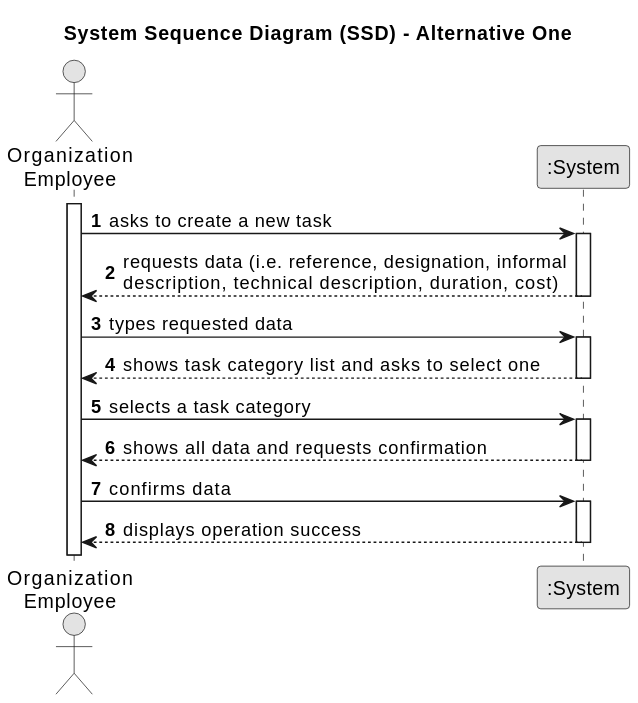
Earlier version of the PlantUML export docs/sprintA/us004/01.requirements-engineering/svg/us004-system-sequence-diagram.svg (Mendoncaa/LAPR2).
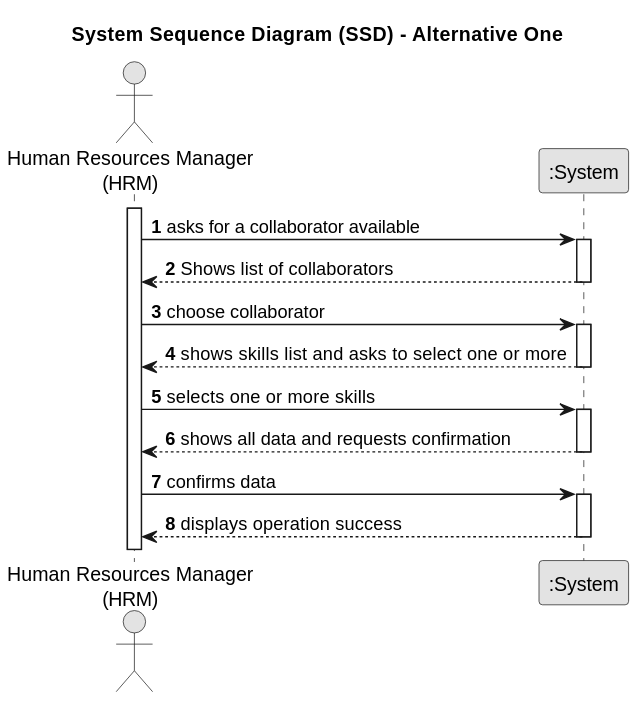
After the change.

The edit, as a diff of the source:
```diff
@@ -7,24 +7,24 @@
 
 autonumber
 
-actor "Organization\nEmployee" as Employee
+actor "Human Resources Manager\n(HRM)" as Employee
 participant ":System" as System
 
 activate Employee
 
-    Employee -> System : asks to create a new task
+    Employee -> System : asks for a collaborator available
     activate System
 
-        System --> Employee : requests data (i.e. reference, designation, informal\ndescription, technical description, duration, cost)
+        System --> Employee : Shows list of collaborators
     deactivate System
 
-    Employee -> System : types requested data
+    Employee -> System : choose collaborator
     activate System
 
-        System --> Employee : shows task category list and asks to select one
+        System --> Employee : shows skills list and asks to select one or more
     deactivate System
 
-    Employee -> System : selects a task category
+    Employee -> System : selects one or more skills
     activate System
 
         System --> Employee : shows all data and requests confirmation
```
